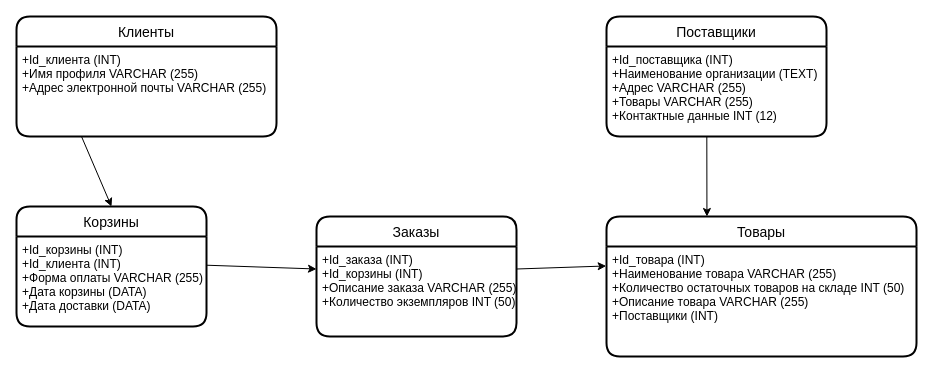
Before: Реляционная модель.drawio in Weintag/Database, a draw.io diagram. Source tidied: cells renumbered, new cells numbered last; positions are measured from the earlier drawing's top-left corner, leaving out a move shared by most shapes. Both pictures are drawn from the tidied source at 100%, with x=0, y=0 at pixel (16, 16).
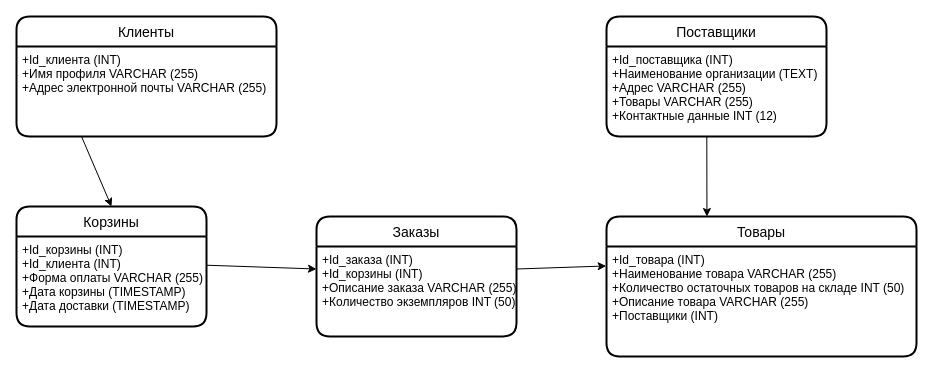
The same diagram, later.

The edit, as a diff of the source:
```diff
@@
 <mxGraphModel>
   <root>
     <mxCell id="0" />
     <mxCell id="1" parent="0" />
     <mxCell id="2" value="Клиенты" style="swimlane;horizontal=1;startSize=30;rounded=1;fontSize=14;fontStyle=0;strokeWidth=2;shadow=0;dashed=0;align=center;" parent="1" vertex="1">
       <mxGeometry width="260" height="120" as="geometry" />
     </mxCell>
     <mxCell id="3" value="+Id_клиента (INT)&#10;+Имя профиля VARCHAR (255)&#10;+Адрес электронной почты VARCHAR (255)" style="align=left;strokeColor=none;fillColor=none;spacingLeft=4;fontSize=12;verticalAlign=top;" parent="2" vertex="1">
       <mxGeometry y="30" width="260" height="90" as="geometry" />
     </mxCell>
     <mxCell id="4" value="Поставщики" style="swimlane;horizontal=1;startSize=30;rounded=1;fontSize=14;fontStyle=0;strokeWidth=2;shadow=0;dashed=0;align=center;" parent="1" vertex="1">
       <mxGeometry x="590" width="220" height="120" as="geometry" />
     </mxCell>
     <mxCell id="5" value="+Id_поставщика (INT)&#10;+Наименование организации (TEXT)&#10;+Адрес VARCHAR (255)&#10;+Товары VARCHAR (255)&#10;+Контактные данные INT (12)" style="align=left;strokeColor=none;fillColor=none;spacingLeft=4;fontSize=12;verticalAlign=top;fontStyle=0;" parent="4" vertex="1">
       <mxGeometry y="30" width="220" height="90" as="geometry" />
     </mxCell>
     <mxCell id="6" value="Корзины" style="swimlane;horizontal=1;startSize=30;rounded=1;fontSize=14;fontStyle=0;strokeWidth=2;shadow=0;dashed=0;align=center;" parent="1" vertex="1">
       <mxGeometry y="190" width="190" height="120" as="geometry" />
     </mxCell>
-    <mxCell id="7" value="+Id_корзины (INT)&#10;+Id_клиента (INT)&#10;+Форма оплаты VARCHAR (255)&#10;+Дата корзины (DATA)&#10;+Дата доставки (DATA)" style="align=left;strokeColor=none;fillColor=none;spacingLeft=4;fontSize=12;verticalAlign=top;" parent="6" vertex="1">
+    <mxCell id="7" value="+Id_корзины (INT)&#10;+Id_клиента (INT)&#10;+Форма оплаты VARCHAR (255)&#10;+Дата корзины (TIMESTAMP)&#10;+Дата доставки (TIMESTAMP)" style="align=left;strokeColor=none;fillColor=none;spacingLeft=4;fontSize=12;verticalAlign=top;" parent="6" vertex="1">
       <mxGeometry y="30" width="190" height="90" as="geometry" />
     </mxCell>
     <mxCell id="8" value="Заказы" style="swimlane;horizontal=1;startSize=30;rounded=1;fontSize=14;fontStyle=0;strokeWidth=2;shadow=0;dashed=0;align=center;" parent="1" vertex="1">
       <mxGeometry x="300" y="200" width="200" height="120" as="geometry" />
     </mxCell>
     <mxCell id="9" value="+Id_заказа (INT)&#10;+Id_корзины (INT)&#10;+Описание заказа VARCHAR (255)&#10;+Количество экземпляров INT (50)&#10;" style="align=left;strokeColor=none;fillColor=none;spacingLeft=4;fontSize=12;verticalAlign=top;" parent="8" vertex="1">
       <mxGeometry y="30" width="200" height="90" as="geometry" />
     </mxCell>
     <mxCell id="10" value="Товары" style="swimlane;horizontal=1;startSize=30;rounded=1;fontSize=14;fontStyle=0;strokeWidth=2;shadow=0;dashed=0;align=center;" parent="1" vertex="1">
       <mxGeometry x="590" y="200" width="310" height="140" as="geometry" />
     </mxCell>
     <mxCell id="11" value="+Id_товара (INT)&#10;+Наименование товара VARCHAR (255)&#10;+Количество остаточных товаров на складе INT (50)&#10;+Описание товара VARCHAR (255)&#10;+Поставщики (INT)" style="align=left;strokeColor=none;fillColor=none;spacingLeft=4;fontSize=12;verticalAlign=top;" parent="10" vertex="1">
       <mxGeometry y="30" width="310" height="110" as="geometry" />
     </mxCell>
     <mxCell id="12" style="endArrow=classic;html=1;rounded=0;exitX=0.456;exitY=1.003;exitDx=0;exitDy=0;exitPerimeter=0;entryX=0.324;entryY=0;entryDx=0;entryDy=0;entryPerimeter=0;" parent="1" edge="1" source="5" target="10">
       <mxGeometry relative="1" as="geometry" />
     </mxCell>
     <mxCell id="13" style="endArrow=classic;html=1;rounded=0;exitX=0.25;exitY=1;exitDx=0;exitDy=0;entryX=0.5;entryY=0;entryDx=0;entryDy=0;" parent="1" edge="1" source="3" target="6">
       <mxGeometry relative="1" as="geometry" />
     </mxCell>
     <mxCell id="14" style="endArrow=classic;html=1;rounded=0;exitX=0.999;exitY=0.319;exitDx=0;exitDy=0;exitPerimeter=0;entryX=0;entryY=0.25;entryDx=0;entryDy=0;" parent="1" edge="1" source="7" target="9">
       <mxGeometry relative="1" as="geometry" />
     </mxCell>
     <mxCell id="15" style="endArrow=classic;html=1;rounded=0;exitX=1;exitY=0.25;exitDx=0;exitDy=0;entryX=-0.001;entryY=0.177;entryDx=0;entryDy=0;entryPerimeter=0;" parent="1" edge="1" source="9" target="11">
       <mxGeometry relative="1" as="geometry" />
     </mxCell>
   </root>
 </mxGraphModel>
```
